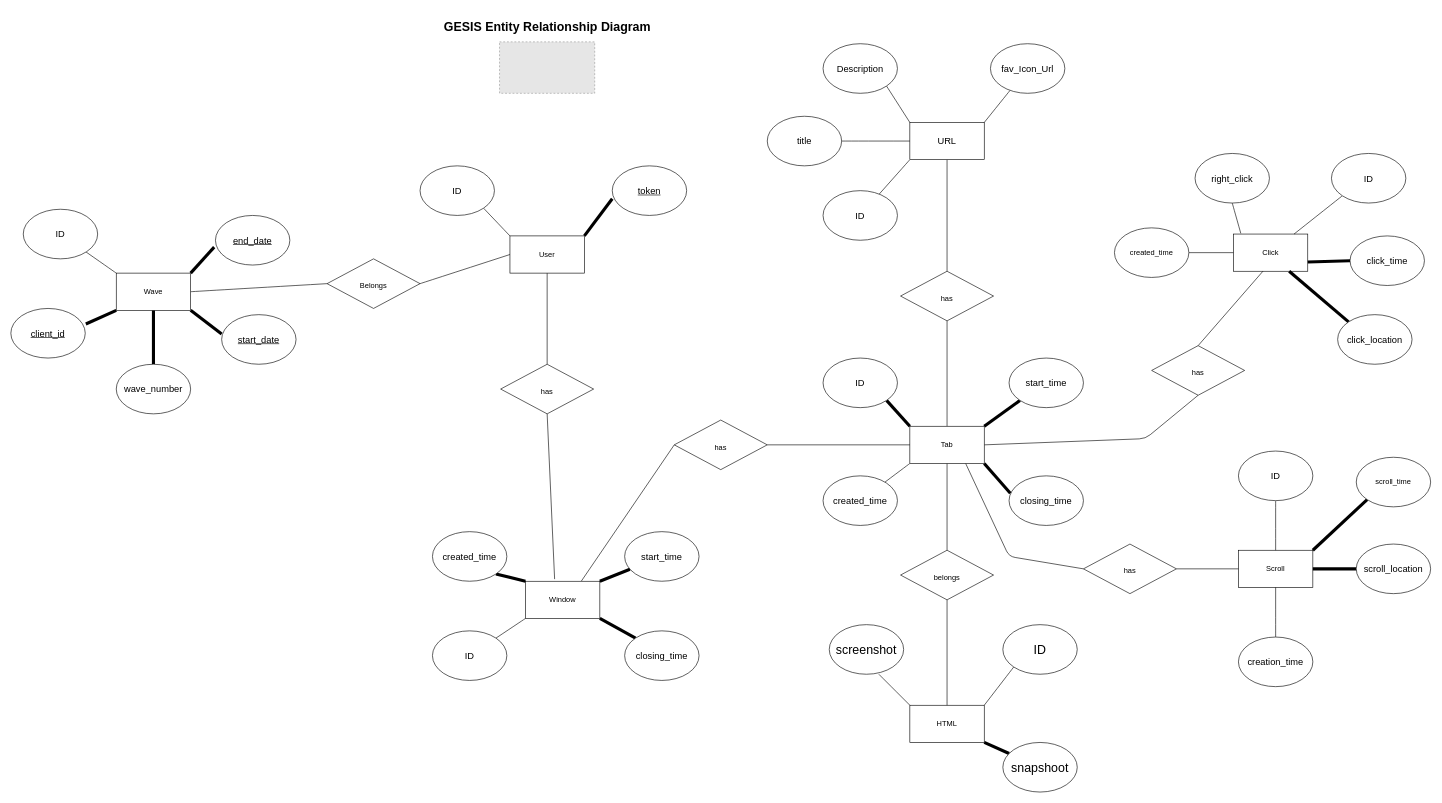
The draw.io diagram entity_relationship_diagram.drawio in gesiscss/gesis_surf_backend, before the edit. Source tidied: cells renumbered, new cells numbered last; positions are measured from the earlier drawing's top-left corner, leaving out a move shared by most shapes. Both pictures are drawn from the tidied source at 62%, with x=0, y=0 at pixel (11, 14). Pictures stored in the file or linked from it are replaced by grey dashed boxes.
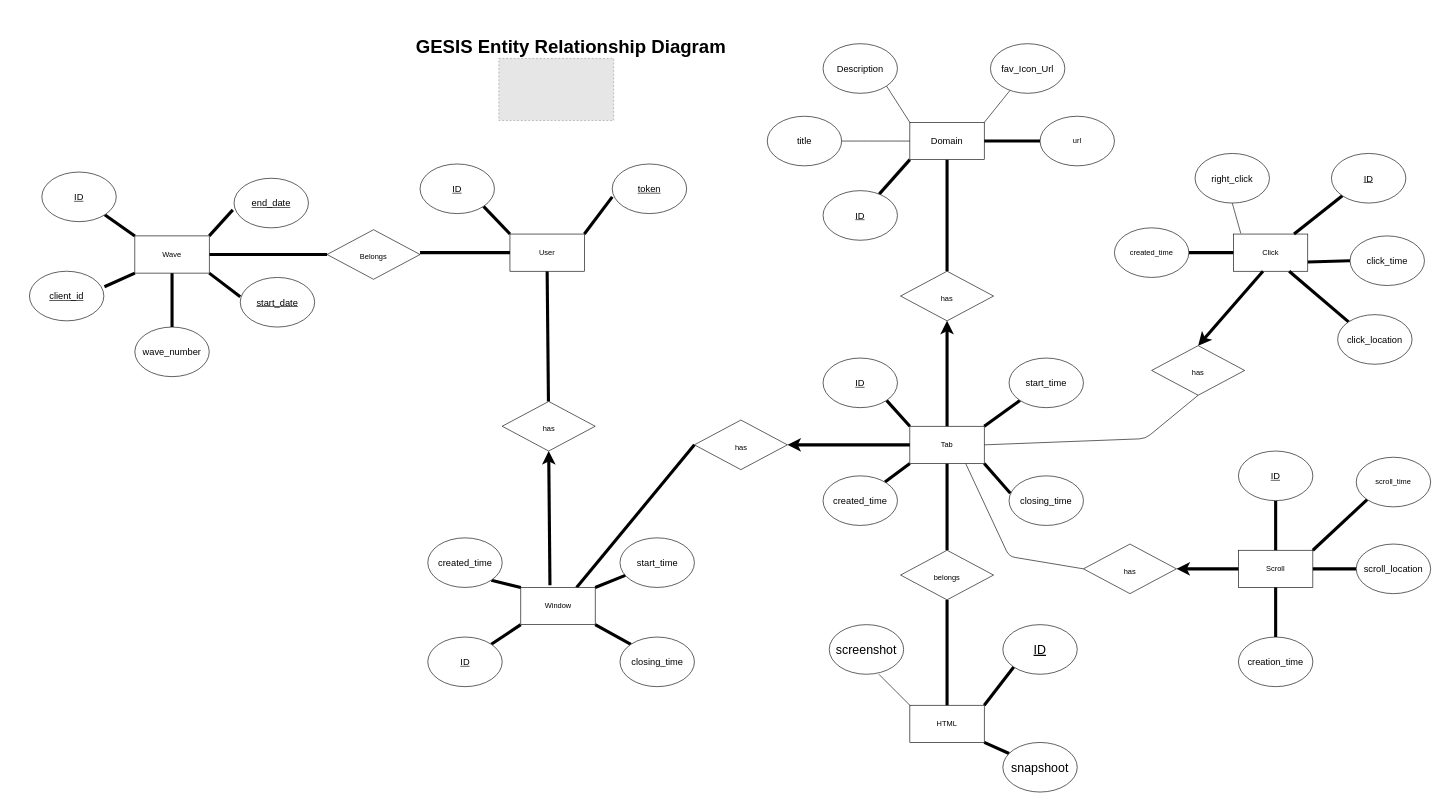
The same diagram, later.

Commit message (it also covers changes not shown here):
build: finished ERD and documentation README

The change refers to these unchanged cells:
```xml
<mxCell id="20" value="Tab" style="rounded=0;whiteSpace=wrap;html=1;" parent="1" vertex="1">
  <mxGeometry x="1450" y="665" width="120" height="60" as="geometry" />
</mxCell>
<mxCell id="21" value="Click" style="rounded=0;whiteSpace=wrap;html=1;" parent="1" vertex="1">
  <mxGeometry x="1971.8" y="355" width="120" height="60" as="geometry" />
</mxCell>
<mxCell id="23" value="Scroll" style="rounded=0;whiteSpace=wrap;html=1;" parent="1" vertex="1">
  <mxGeometry x="1980" y="865" width="120" height="60" as="geometry" />
</mxCell>
<mxCell id="24" value="HTML" style="rounded=0;whiteSpace=wrap;html=1;" parent="1" vertex="1">
  <mxGeometry x="1450" y="1115" width="120" height="60" as="geometry" />
</mxCell>
<mxCell id="49" value="created_time" style="ellipse;whiteSpace=wrap;html=1;fontSize=15;" parent="1" vertex="1">
  <mxGeometry x="1310" y="745" width="120" height="80" as="geometry" />
</mxCell>
<mxCell id="66" value="creation_time" style="ellipse;whiteSpace=wrap;html=1;fontSize=15;" parent="1" vertex="1">
  <mxGeometry x="1980" y="1005" width="120" height="80" as="geometry" />
</mxCell>
<mxCell id="87" value="&lt;span style=&quot;font-size: 12px;&quot;&gt;belongs&lt;/span&gt;" style="rhombus;whiteSpace=wrap;html=1;fontSize=20;" parent="1" vertex="1">
  <mxGeometry x="1435" y="865" width="150" height="80" as="geometry" />
</mxCell>
<mxCell id="88" value="&lt;span style=&quot;font-size: 12px;&quot;&gt;has&lt;/span&gt;" style="rhombus;whiteSpace=wrap;html=1;fontSize=20;" parent="1" vertex="1">
  <mxGeometry x="1435" y="415" width="150" height="80" as="geometry" />
</mxCell>
<mxCell id="90" value="created_time" style="ellipse;whiteSpace=wrap;html=1;" parent="1" vertex="1">
  <mxGeometry x="1780" y="345" width="120" height="80" as="geometry" />
</mxCell>
<mxCell id="92" value="&lt;span style=&quot;font-size: 12px;&quot;&gt;has&lt;/span&gt;" style="rhombus;whiteSpace=wrap;html=1;fontSize=20;" parent="1" vertex="1">
  <mxGeometry x="1840" y="535" width="150" height="80" as="geometry" />
</mxCell>
<mxCell id="95" value="&lt;span style=&quot;font-size: 12px;&quot;&gt;has&lt;/span&gt;" style="rhombus;whiteSpace=wrap;html=1;fontSize=20;" parent="1" vertex="1">
  <mxGeometry x="1730" y="855" width="150" height="80" as="geometry" />
</mxCell>
```

The edit, as a diff of the source:
```diff
@@
-    <mxCell id="3" style="edgeStyle=none;html=1;exitX=0.5;exitY=1;exitDx=0;exitDy=0;endArrow=none;endFill=0;" parent="1" edge="1" source="4" target="81">
+    <mxCell id="3" style="edgeStyle=none;html=1;exitX=0.5;exitY=1;exitDx=0;exitDy=0;endArrow=none;endFill=0;strokeWidth=5;" parent="1" edge="1" source="4" target="81">
       <mxGeometry relative="1" as="geometry" />
     </mxCell>
     <mxCell id="4" value="User" style="rounded=0;whiteSpace=wrap;html=1;" parent="1" vertex="1">
-      <mxGeometry x="805" y="358" width="120" height="60" as="geometry" />
+      <mxGeometry x="805" y="355" width="120" height="60" as="geometry" />
     </mxCell>
@@
-    <mxCell id="7" style="edgeStyle=none;curved=1;html=1;exitX=0;exitY=0;exitDx=0;exitDy=0;fontSize=15;endArrow=none;endFill=0;" parent="1" edge="1" source="11" target="31">
+    <mxCell id="7" style="edgeStyle=none;curved=1;html=1;exitX=0;exitY=0;exitDx=0;exitDy=0;fontSize=15;endArrow=none;endFill=0;strokeWidth=5;" parent="1" edge="1" source="11" target="31">
       <mxGeometry relative="1" as="geometry" />
     </mxCell>
@@
-    <mxCell id="10" style="edgeStyle=none;curved=1;html=1;exitX=1;exitY=0.5;exitDx=0;exitDy=0;entryX=0;entryY=0.5;entryDx=0;entryDy=0;strokeWidth=1;fontSize=12;endArrow=none;endFill=0;" parent="1" edge="1" source="11" target="79">
+    <mxCell id="10" style="edgeStyle=none;curved=1;html=1;exitX=1;exitY=0.5;exitDx=0;exitDy=0;entryX=0;entryY=0.5;entryDx=0;entryDy=0;strokeWidth=5;fontSize=12;endArrow=none;endFill=0;" parent="1" edge="1" source="11" target="79">
       <mxGeometry relative="1" as="geometry" />
     </mxCell>
     <mxCell id="11" value="Wave" style="rounded=0;whiteSpace=wrap;html=1;" parent="1" vertex="1">
-      <mxGeometry x="170" y="418" width="120" height="60" as="geometry" />
+      <mxGeometry x="200" y="358" width="120" height="60" as="geometry" />
     </mxCell>
-    <mxCell id="12" style="edgeStyle=none;curved=1;html=1;exitX=0;exitY=1;exitDx=0;exitDy=0;entryX=1;entryY=0;entryDx=0;entryDy=0;fontSize=15;endArrow=none;endFill=0;" parent="1" edge="1" source="14" target="40">
+    <mxCell id="12" style="edgeStyle=none;curved=1;html=1;exitX=0;exitY=1;exitDx=0;exitDy=0;entryX=1;entryY=0;entryDx=0;entryDy=0;fontSize=15;endArrow=none;endFill=0;strokeWidth=5;" parent="1" edge="1" source="14" target="40">
       <mxGeometry relative="1" as="geometry" />
     </mxCell>
-    <mxCell id="13" style="edgeStyle=none;html=1;exitX=0.75;exitY=0;exitDx=0;exitDy=0;entryX=0;entryY=0.5;entryDx=0;entryDy=0;strokeWidth=1;endArrow=none;endFill=0;" parent="1" edge="1" source="14" target="85">
+    <mxCell id="13" style="edgeStyle=none;html=1;exitX=0.75;exitY=0;exitDx=0;exitDy=0;entryX=0;entryY=0.5;entryDx=0;entryDy=0;strokeWidth=5;endArrow=none;endFill=0;" parent="1" edge="1" source="14" target="85">
       <mxGeometry relative="1" as="geometry" />
     </mxCell>
     <mxCell id="14" value="Window" style="rounded=0;whiteSpace=wrap;html=1;" parent="1" vertex="1">
-      <mxGeometry x="830" y="915" width="120" height="60" as="geometry" />
+      <mxGeometry x="822.5" y="925" width="120" height="60" as="geometry" />
     </mxCell>
-    <mxCell id="15" style="edgeStyle=none;curved=1;html=1;exitX=0;exitY=1;exitDx=0;exitDy=0;fontSize=15;endArrow=none;endFill=0;" parent="1" edge="1" source="20" target="49">
+    <mxCell id="15" style="edgeStyle=none;curved=1;html=1;exitX=0;exitY=1;exitDx=0;exitDy=0;fontSize=15;endArrow=none;endFill=0;strokeWidth=5;" parent="1" edge="1" source="20" target="49">
       <mxGeometry relative="1" as="geometry" />
     </mxCell>
-    <mxCell id="16" style="edgeStyle=none;html=1;exitX=0.5;exitY=1;exitDx=0;exitDy=0;entryX=0.5;entryY=0;entryDx=0;entryDy=0;strokeWidth=1;endArrow=none;endFill=0;" parent="1" edge="1" source="20" target="87">
+    <mxCell id="16" style="edgeStyle=none;html=1;exitX=0.5;exitY=1;exitDx=0;exitDy=0;entryX=0.5;entryY=0;entryDx=0;entryDy=0;strokeWidth=5;endArrow=none;endFill=0;" parent="1" edge="1" source="20" target="87">
       <mxGeometry relative="1" as="geometry" />
     </mxCell>
-    <mxCell id="17" style="edgeStyle=none;html=1;exitX=0.5;exitY=0;exitDx=0;exitDy=0;entryX=0.5;entryY=1;entryDx=0;entryDy=0;strokeWidth=1;endArrow=none;endFill=0;" parent="1" edge="1" source="20" target="88">
-      <mxGeometry relative="1" as="geometry" />
-    </mxCell>
@@
-    <mxCell id="25" style="edgeStyle=none;curved=1;html=1;fontSize=15;endArrow=none;endFill=0;exitX=0;exitY=1;exitDx=0;exitDy=0;" parent="1" edge="1" source="27" target="50">
+    <mxCell id="25" style="edgeStyle=none;curved=1;html=1;fontSize=15;endArrow=none;endFill=0;exitX=0;exitY=1;exitDx=0;exitDy=0;strokeWidth=5;" parent="1" edge="1" source="27" target="50">
       <mxGeometry relative="1" as="geometry" />
     </mxCell>
-    <mxCell id="26" style="edgeStyle=none;html=1;exitX=0.5;exitY=1;exitDx=0;exitDy=0;entryX=0.5;entryY=0;entryDx=0;entryDy=0;strokeWidth=1;endArrow=none;endFill=0;" parent="1" edge="1" source="27" target="88">
+    <mxCell id="26" style="edgeStyle=none;html=1;exitX=0.5;exitY=1;exitDx=0;exitDy=0;entryX=0.5;entryY=0;entryDx=0;entryDy=0;strokeWidth=5;endArrow=none;endFill=0;" parent="1" edge="1" source="27" target="88">
       <mxGeometry relative="1" as="geometry" />
     </mxCell>
-    <mxCell id="27" value="URL" style="rounded=0;whiteSpace=wrap;html=1;fontSize=15;" parent="1" vertex="1">
+    <mxCell id="27" value="Domain" style="rounded=0;whiteSpace=wrap;html=1;fontSize=15;" parent="1" vertex="1">
       <mxGeometry x="1450" y="175" width="120" height="60" as="geometry" />
     </mxCell>
     <mxCell id="28" value="&lt;u&gt;token&lt;/u&gt;" style="ellipse;whiteSpace=wrap;html=1;fontSize=15;" parent="1" vertex="1">
-      <mxGeometry x="970" y="245" width="120" height="80" as="geometry" />
+      <mxGeometry x="970" y="242" width="120" height="80" as="geometry" />
     </mxCell>
-    <mxCell id="29" style="edgeStyle=none;curved=1;html=1;exitX=1;exitY=1;exitDx=0;exitDy=0;fontSize=15;endArrow=none;endFill=0;entryX=0;entryY=0;entryDx=0;entryDy=0;" parent="1" edge="1" source="30" target="4">
+    <mxCell id="29" style="edgeStyle=none;curved=1;html=1;exitX=1;exitY=1;exitDx=0;exitDy=0;fontSize=15;endArrow=none;endFill=0;entryX=0;entryY=0;entryDx=0;entryDy=0;strokeWidth=5;" parent="1" edge="1" source="30" target="4">
       <mxGeometry relative="1" as="geometry" />
     </mxCell>
-    <mxCell id="30" value="ID" style="ellipse;whiteSpace=wrap;html=1;fontSize=15;" parent="1" vertex="1">
-      <mxGeometry x="660" y="245" width="120" height="80" as="geometry" />
+    <mxCell id="30" value="&lt;u&gt;ID&lt;/u&gt;" style="ellipse;whiteSpace=wrap;html=1;fontSize=15;" parent="1" vertex="1">
+      <mxGeometry x="660" y="242" width="120" height="80" as="geometry" />
     </mxCell>
-    <mxCell id="31" value="ID" style="ellipse;whiteSpace=wrap;html=1;fontSize=15;" parent="1" vertex="1">
-      <mxGeometry x="20" y="315" width="120" height="80" as="geometry" />
+    <mxCell id="31" value="&lt;u&gt;ID&lt;/u&gt;" style="ellipse;whiteSpace=wrap;html=1;fontSize=15;" parent="1" vertex="1">
+      <mxGeometry x="50" y="255" width="120" height="80" as="geometry" />
     </mxCell>
     <mxCell id="32" value="&lt;u&gt;client_id&lt;/u&gt;" style="ellipse;whiteSpace=wrap;html=1;fontSize=15;" parent="1" vertex="1">
-      <mxGeometry y="475" width="120" height="80" as="geometry" />
+      <mxGeometry x="30" y="415" width="120" height="80" as="geometry" />
     </mxCell>
     <mxCell id="33" value="wave_number" style="ellipse;whiteSpace=wrap;html=1;fontSize=15;" parent="1" vertex="1">
-      <mxGeometry x="170" y="565" width="120" height="80" as="geometry" />
+      <mxGeometry x="200" y="505" width="120" height="80" as="geometry" />
     </mxCell>
     <mxCell id="34" value="&lt;u&gt;start_date&lt;/u&gt;" style="ellipse;whiteSpace=wrap;html=1;fontSize=15;" parent="1" vertex="1">
-      <mxGeometry x="340" y="485" width="120" height="80" as="geometry" />
+      <mxGeometry x="370" y="425" width="120" height="80" as="geometry" />
     </mxCell>
     <mxCell id="35" value="&lt;u&gt;end_date&lt;/u&gt;" style="ellipse;whiteSpace=wrap;html=1;fontSize=15;" parent="1" vertex="1">
-      <mxGeometry x="330" y="325" width="120" height="80" as="geometry" />
+      <mxGeometry x="360" y="265" width="120" height="80" as="geometry" />
     </mxCell>
@@
     <mxCell id="37" value="start_time" style="ellipse;whiteSpace=wrap;html=1;fontSize=15;" parent="1" vertex="1">
-      <mxGeometry x="990" y="835" width="120" height="80" as="geometry" />
+      <mxGeometry x="982.5" y="845" width="120" height="80" as="geometry" />
     </mxCell>
@@
     <mxCell id="39" value="closing_time" style="ellipse;whiteSpace=wrap;html=1;fontSize=15;" parent="1" vertex="1">
-      <mxGeometry x="990" y="995" width="120" height="80" as="geometry" />
+      <mxGeometry x="982.5" y="1005" width="120" height="80" as="geometry" />
     </mxCell>
-    <mxCell id="40" value="ID" style="ellipse;whiteSpace=wrap;html=1;fontSize=15;" parent="1" vertex="1">
-      <mxGeometry x="680" y="995" width="120" height="80" as="geometry" />
+    <mxCell id="40" value="&lt;u&gt;ID&lt;/u&gt;" style="ellipse;whiteSpace=wrap;html=1;fontSize=15;" parent="1" vertex="1">
+      <mxGeometry x="672.5" y="1005" width="120" height="80" as="geometry" />
     </mxCell>
@@
-    <mxCell id="46" value="ID" style="ellipse;whiteSpace=wrap;html=1;fontSize=15;" parent="1" vertex="1">
+    <mxCell id="46" value="&lt;u&gt;ID&lt;/u&gt;" style="ellipse;whiteSpace=wrap;html=1;fontSize=15;" parent="1" vertex="1">
       <mxGeometry x="1310" y="555" width="120" height="80" as="geometry" />
     </mxCell>
@@
-    <mxCell id="50" value="ID" style="ellipse;whiteSpace=wrap;html=1;fontSize=15;" parent="1" vertex="1">
+    <mxCell id="50" value="&lt;u&gt;ID&lt;/u&gt;" style="ellipse;whiteSpace=wrap;html=1;fontSize=15;" parent="1" vertex="1">
       <mxGeometry x="1310" y="285" width="120" height="80" as="geometry" />
     </mxCell>
@@
-    <mxCell id="55" style="edgeStyle=none;curved=1;html=1;exitX=0;exitY=1;exitDx=0;exitDy=0;fontSize=15;endArrow=none;endFill=0;" parent="1" edge="1" source="56" target="21">
+    <mxCell id="55" style="edgeStyle=none;curved=1;html=1;exitX=0;exitY=1;exitDx=0;exitDy=0;fontSize=15;endArrow=none;endFill=0;strokeWidth=5;" parent="1" edge="1" source="56" target="21">
       <mxGeometry relative="1" as="geometry" />
     </mxCell>
-    <mxCell id="56" value="ID" style="ellipse;whiteSpace=wrap;html=1;fontSize=15;" parent="1" vertex="1">
+    <mxCell id="56" value="&lt;u&gt;ID&lt;/u&gt;" style="ellipse;whiteSpace=wrap;html=1;fontSize=15;" parent="1" vertex="1">
       <mxGeometry x="2130" y="225" width="120" height="80" as="geometry" />
     </mxCell>
@@
-    <mxCell id="63" style="edgeStyle=none;curved=1;html=1;exitX=0.5;exitY=1;exitDx=0;exitDy=0;entryX=0.5;entryY=0;entryDx=0;entryDy=0;fontSize=15;endArrow=none;endFill=0;" parent="1" edge="1" source="64" target="23">
+    <mxCell id="63" style="edgeStyle=none;curved=1;html=1;exitX=0.5;exitY=1;exitDx=0;exitDy=0;entryX=0.5;entryY=0;entryDx=0;entryDy=0;fontSize=15;endArrow=none;endFill=0;strokeWidth=5;" parent="1" edge="1" source="64" target="23">
       <mxGeometry relative="1" as="geometry" />
     </mxCell>
-    <mxCell id="64" value="ID" style="ellipse;whiteSpace=wrap;html=1;fontSize=15;" parent="1" vertex="1">
+    <mxCell id="64" value="&lt;u&gt;ID&lt;/u&gt;" style="ellipse;whiteSpace=wrap;html=1;fontSize=15;" parent="1" vertex="1">
       <mxGeometry x="1980" y="705" width="120" height="80" as="geometry" />
     </mxCell>
-    <mxCell id="65" style="edgeStyle=none;curved=1;html=1;exitX=0.5;exitY=0;exitDx=0;exitDy=0;entryX=0.5;entryY=1;entryDx=0;entryDy=0;fontSize=15;endArrow=none;endFill=0;strokeWidth=1;" parent="1" edge="1" source="66" target="23">
+    <mxCell id="65" style="edgeStyle=none;curved=1;html=1;exitX=0.5;exitY=0;exitDx=0;exitDy=0;entryX=0.5;entryY=1;entryDx=0;entryDy=0;fontSize=15;endArrow=none;endFill=0;strokeWidth=5;" parent="1" edge="1" source="66" target="23">
       <mxGeometry relative="1" as="geometry" />
     </mxCell>
@@
     <mxCell id="69" style="group;" parent="1" vertex="1">
-      <mxGeometry x="730" y="5" width="315" height="123" as="geometry" />
+      <mxGeometry x="710" y="-5" width="385.7" height="210" as="geometry" />
     </mxCell>
-    <mxCell id="70" value="&lt;font style=&quot;font-size: 20px;&quot;&gt;GESIS Entity Relationship Diagram&lt;/font&gt;" style="text;html=1;align=center;verticalAlign=middle;strokeColor=none;fillColor=none;fontSize=15;fontStyle=1;" parent="69" vertex="1">
-      <mxGeometry x="-45" y="-5" width="360" height="40" as="geometry" />
+    <mxCell id="70" value="&lt;font style=&quot;font-size: 30px;&quot;&gt;GESIS Entity Relationship Diagram&lt;/font&gt;" style="text;html=1;align=center;verticalAlign=middle;strokeColor=none;fillColor=none;fontSize=30;fontStyle=1;" parent="69" vertex="1">
+      <mxGeometry x="-67.1" y="33.2" width="520" height="50" as="geometry" />
     </mxCell>
     <mxCell id="71" style="fillColor=#E6E6E6;strokeColor=#999999;dashed=1;verticalLabelPosition=bottom;labelBackgroundColor=default;verticalAlign=top;" parent="69" vertex="1">
-      <mxGeometry x="58.2" y="40" width="153.5" height="83" as="geometry" />
+      <mxGeometry x="77.1" y="76.7" width="185.2" height="100.1" as="geometry" />
     </mxCell>
-    <mxCell id="72" style="edgeStyle=none;curved=1;html=1;exitX=0;exitY=1;exitDx=0;exitDy=0;entryX=1;entryY=0;entryDx=0;entryDy=0;fontSize=20;endArrow=none;endFill=0;" parent="1" edge="1" source="73" target="24">
+    <mxCell id="72" style="edgeStyle=none;curved=1;html=1;exitX=0;exitY=1;exitDx=0;exitDy=0;entryX=1;entryY=0;entryDx=0;entryDy=0;fontSize=20;endArrow=none;endFill=0;strokeWidth=5;" parent="1" edge="1" source="73" target="24">
       <mxGeometry relative="1" as="geometry" />
     </mxCell>
-    <mxCell id="73" value="ID" style="ellipse;whiteSpace=wrap;html=1;fontSize=20;" parent="1" vertex="1">
+    <mxCell id="73" value="&lt;u&gt;ID&lt;/u&gt;" style="ellipse;whiteSpace=wrap;html=1;fontSize=20;" parent="1" vertex="1">
       <mxGeometry x="1600" y="985" width="120" height="80" as="geometry" />
     </mxCell>
@@
-    <mxCell id="78" style="edgeStyle=none;curved=1;html=1;exitX=1;exitY=0.5;exitDx=0;exitDy=0;entryX=0;entryY=0.5;entryDx=0;entryDy=0;strokeWidth=1;fontSize=12;endArrow=none;endFill=0;" parent="1" edge="1" source="79" target="4">
-      <mxGeometry relative="1" as="geometry" />
+    <mxCell id="78" style="edgeStyle=none;curved=1;html=1;exitX=1;exitY=0.5;exitDx=0;exitDy=0;entryX=0;entryY=0.5;entryDx=0;entryDy=0;strokeWidth=5;fontSize=12;endArrow=none;endFill=0;" parent="1" edge="1" target="4">
+      <mxGeometry relative="1" as="geometry">
+        <mxPoint x="660" y="385" as="sourcePoint" />
+      </mxGeometry>
     </mxCell>
     <mxCell id="79" value="&lt;font style=&quot;font-size: 12px;&quot;&gt;Belongs&lt;/font&gt;" style="rhombus;whiteSpace=wrap;html=1;fontSize=20;" parent="1" vertex="1">
-      <mxGeometry x="510" y="395" width="150" height="80" as="geometry" />
+      <mxGeometry x="510" y="348" width="150" height="80" as="geometry" />
     </mxCell>
-    <mxCell id="80" style="edgeStyle=none;html=1;exitX=0.5;exitY=1;exitDx=0;exitDy=0;endArrow=none;endFill=0;entryX=0.392;entryY=-0.057;entryDx=0;entryDy=0;entryPerimeter=0;" parent="1" edge="1" source="81" target="14">
+    <mxCell id="80" style="edgeStyle=none;html=1;exitX=0.5;exitY=1;exitDx=0;exitDy=0;endArrow=none;endFill=0;entryX=0.392;entryY=-0.057;entryDx=0;entryDy=0;entryPerimeter=0;strokeWidth=5;startArrow=classic;startFill=1;" parent="1" edge="1" source="81" target="14">
       <mxGeometry relative="1" as="geometry" />
     </mxCell>
     <mxCell id="81" value="&lt;span style=&quot;font-size: 12px;&quot;&gt;has&lt;/span&gt;" style="rhombus;whiteSpace=wrap;html=1;fontSize=20;" parent="1" vertex="1">
-      <mxGeometry x="790" y="565" width="150" height="80" as="geometry" />
+      <mxGeometry x="792.5" y="625" width="150" height="80" as="geometry" />
     </mxCell>
@@
     <mxCell id="83" value="created_time" style="ellipse;whiteSpace=wrap;html=1;fontSize=15;" parent="1" vertex="1">
-      <mxGeometry x="680" y="835" width="120" height="80" as="geometry" />
+      <mxGeometry x="672.5" y="845" width="120" height="80" as="geometry" />
     </mxCell>
-    <mxCell id="84" style="edgeStyle=none;html=1;exitX=1;exitY=0.5;exitDx=0;exitDy=0;entryX=0;entryY=0.5;entryDx=0;entryDy=0;strokeWidth=1;endArrow=none;endFill=0;" parent="1" edge="1" source="85" target="20">
+    <mxCell id="84" style="edgeStyle=none;html=1;exitX=1;exitY=0.5;exitDx=0;exitDy=0;entryX=0;entryY=0.5;entryDx=0;entryDy=0;strokeWidth=5;endArrow=none;endFill=0;startArrow=classic;startFill=1;" parent="1" edge="1" source="85" target="20">
       <mxGeometry relative="1" as="geometry" />
     </mxCell>
     <mxCell id="85" value="&lt;span style=&quot;font-size: 12px;&quot;&gt;has&lt;/span&gt;" style="rhombus;whiteSpace=wrap;html=1;fontSize=20;" parent="1" vertex="1">
-      <mxGeometry x="1070" y="655" width="150" height="80" as="geometry" />
+      <mxGeometry x="1102.5" y="655" width="150" height="80" as="geometry" />
     </mxCell>
-    <mxCell id="86" style="edgeStyle=none;html=1;exitX=0.5;exitY=1;exitDx=0;exitDy=0;entryX=0.5;entryY=0;entryDx=0;entryDy=0;strokeWidth=1;endArrow=none;endFill=0;" parent="1" edge="1" source="87" target="24">
+    <mxCell id="86" style="edgeStyle=none;html=1;exitX=0.5;exitY=1;exitDx=0;exitDy=0;entryX=0.5;entryY=0;entryDx=0;entryDy=0;strokeWidth=5;endArrow=none;endFill=0;" parent="1" edge="1" source="87" target="24">
       <mxGeometry relative="1" as="geometry" />
     </mxCell>
@@
+    <mxCell id="96" style="edgeStyle=none;html=1;exitX=0.5;exitY=1;exitDx=0;exitDy=0;entryX=0.5;entryY=0;entryDx=0;entryDy=0;strokeWidth=5;startArrow=classic;startFill=1;endArrow=none;endFill=0;" parent="1" edge="1" source="88" target="20">
+      <mxGeometry relative="1" as="geometry" />
+    </mxCell>
@@
-    <mxCell id="89" style="edgeStyle=none;html=1;exitX=1;exitY=0.5;exitDx=0;exitDy=0;entryX=0;entryY=0.5;entryDx=0;entryDy=0;strokeWidth=1;endArrow=none;endFill=0;" parent="1" edge="1" source="90" target="21">
+    <mxCell id="89" style="edgeStyle=none;html=1;exitX=1;exitY=0.5;exitDx=0;exitDy=0;entryX=0;entryY=0.5;entryDx=0;entryDy=0;strokeWidth=5;endArrow=none;endFill=0;" parent="1" edge="1" source="90" target="21">
       <mxGeometry relative="1" as="geometry" />
     </mxCell>
@@
-    <mxCell id="91" style="edgeStyle=none;html=1;exitX=0.5;exitY=0;exitDx=0;exitDy=0;entryX=0.398;entryY=0.998;entryDx=0;entryDy=0;entryPerimeter=0;strokeWidth=1;endArrow=none;endFill=0;" parent="1" edge="1" source="92" target="21">
+    <mxCell id="91" style="edgeStyle=none;html=1;exitX=0.5;exitY=0;exitDx=0;exitDy=0;entryX=0.398;entryY=0.998;entryDx=0;entryDy=0;entryPerimeter=0;strokeWidth=5;endArrow=none;endFill=0;startArrow=classic;startFill=1;" parent="1" edge="1" source="92" target="21">
       <mxGeometry relative="1" as="geometry" />
     </mxCell>
@@
-    <mxCell id="94" style="edgeStyle=none;html=1;exitX=1;exitY=0.5;exitDx=0;exitDy=0;entryX=0;entryY=0.5;entryDx=0;entryDy=0;strokeWidth=1;endArrow=none;endFill=0;" parent="1" edge="1" source="95" target="23">
+    <mxCell id="94" style="edgeStyle=none;html=1;exitX=1;exitY=0.5;exitDx=0;exitDy=0;entryX=0;entryY=0.5;entryDx=0;entryDy=0;strokeWidth=5;endArrow=none;endFill=0;startArrow=classic;startFill=1;" parent="1" edge="1" source="95" target="23">
       <mxGeometry relative="1" as="geometry" />
     </mxCell>
@@
+    <mxCell id="97" style="edgeStyle=none;html=1;exitX=0;exitY=0.5;exitDx=0;exitDy=0;entryX=1;entryY=0.5;entryDx=0;entryDy=0;strokeWidth=5;endArrow=none;endFill=0;" parent="1" edge="1" source="98" target="27">
+      <mxGeometry relative="1" as="geometry" />
+    </mxCell>
+    <mxCell id="98" value="url" style="ellipse;whiteSpace=wrap;html=1;" parent="1" vertex="1">
+      <mxGeometry x="1660" y="165" width="120" height="80" as="geometry" />
+    </mxCell>
```
